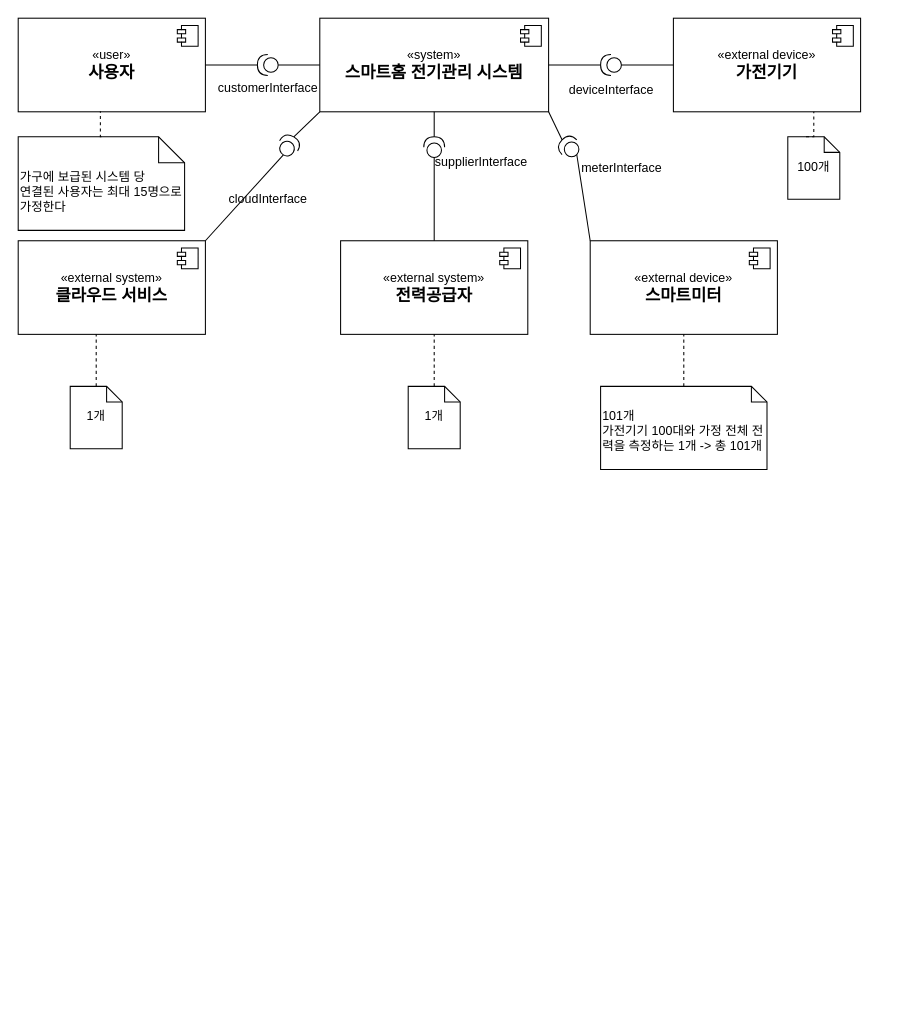
GeniusHoon/AssociateArchitect keeps this draw.io diagram as systemContext_interim.drawio. Above is the earlier version. Source tidied: cells renumbered, new cells numbered last; positions are measured from the earlier drawing's top-left corner, leaving out a move shared by most shapes. Both pictures are drawn from the tidied source at 104%, with x=0, y=0 at pixel (18, 18).
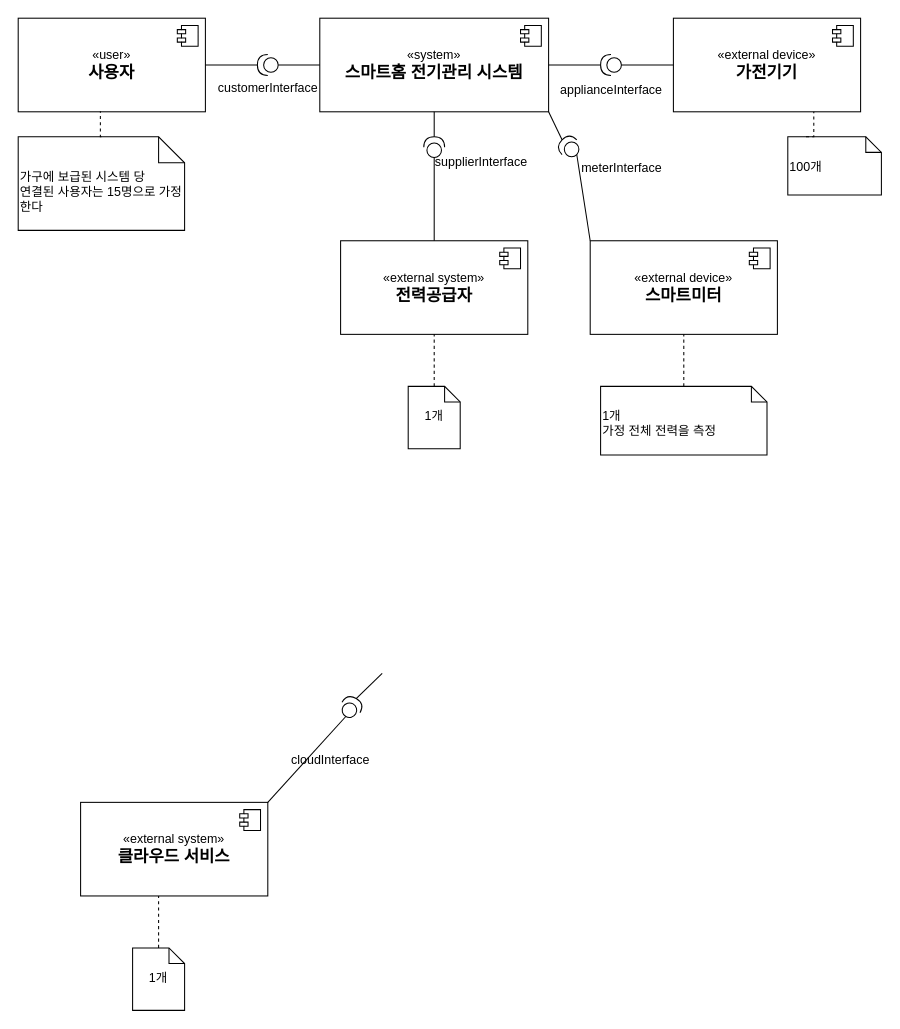
After the change.

The change refers to these unchanged cells:
```xml
<mxCell id="6" value="«system»&lt;br&gt;&lt;span style=&quot;font-size: 16px;&quot;&gt;&lt;b&gt;스마트홈 전기관리 시스템&lt;/b&gt;&lt;/span&gt;" style="html=1;whiteSpace=wrap;" parent="1" vertex="1">
  <mxGeometry x="290" width="220" height="90" as="geometry" />
</mxCell>
```

The edit, as a diff of the source:
```diff
@@
-    <mxCell id="26" value="deviceInterface" style="text;html=1;align=center;verticalAlign=middle;strokeColor=none;fillColor=none;" parent="1" vertex="1">
-      <mxGeometry x="520" y="54" width="100" height="30" as="geometry" />
+    <mxCell id="26" value="applianceInterface" style="text;html=1;align=center;verticalAlign=middle;strokeColor=none;fillColor=none;" parent="1" vertex="1">
+      <mxGeometry x="510" y="54" width="120" height="30" as="geometry" />
     </mxCell>
@@
-    <mxCell id="29" value="가구에 보급된 시스템 당&lt;div&gt;연결된 사용자는 최대 15명으로 가정한다&lt;/div&gt;" style="shape=note2;boundedLbl=1;whiteSpace=wrap;html=1;size=25;verticalAlign=top;align=left;" parent="1" vertex="1">
+    <mxCell id="29" value="가구에 보급된 시스템 당&lt;div&gt;연결된 사용자는 15명으로 가정한다&lt;/div&gt;" style="shape=note2;boundedLbl=1;whiteSpace=wrap;html=1;size=25;verticalAlign=top;align=left;" parent="1" vertex="1">
       <mxGeometry y="114" width="160" height="90" as="geometry" />
     </mxCell>
@@
-    <mxCell id="33" value="101개&lt;div&gt;가전기기 100대와 가정 전체 전력을 측정하는 1개 -&amp;gt; 총 101개&lt;/div&gt;" style="shape=note2;boundedLbl=1;whiteSpace=wrap;html=1;size=15;verticalAlign=top;align=left;" parent="1" vertex="1">
-      <mxGeometry x="560" y="354" width="160" height="80" as="geometry" />
+    <mxCell id="33" value="1개&lt;br&gt;&lt;div&gt;가정 전체 전력을 측정&lt;span style=&quot;background-color: transparent; color: light-dark(rgb(0, 0, 0), rgb(255, 255, 255));&quot;&gt;&amp;nbsp;&lt;/span&gt;&lt;/div&gt;" style="shape=note2;boundedLbl=1;whiteSpace=wrap;html=1;size=15;verticalAlign=top;align=left;" parent="1" vertex="1">
+      <mxGeometry x="560" y="354" width="160" height="66" as="geometry" />
     </mxCell>
@@
-    <mxCell id="35" value="100개" style="shape=note2;boundedLbl=1;whiteSpace=wrap;html=1;size=15;verticalAlign=top;align=center;" parent="1" vertex="1">
-      <mxGeometry x="740" y="114" width="50" height="60" as="geometry" />
+    <mxCell id="35" value="100개" style="shape=note2;boundedLbl=1;whiteSpace=wrap;html=1;size=15;verticalAlign=top;align=left;" parent="1" vertex="1">
+      <mxGeometry x="740" y="114" width="90" height="56" as="geometry" />
     </mxCell>
@@
     <mxCell id="37" value="«external system»&lt;br&gt;&lt;b&gt;&lt;font style=&quot;font-size: 16px;&quot;&gt;클라우드 서비스&lt;/font&gt;&lt;/b&gt;" style="html=1;whiteSpace=wrap;" parent="1" vertex="1">
-      <mxGeometry y="214" width="180" height="90" as="geometry" />
+      <mxGeometry x="60" y="754" width="180" height="90" as="geometry" />
     </mxCell>
-    <mxCell id="38" style="shape=module;jettyWidth=8;jettyHeight=4;" parent="37" vertex="1">
-      <mxGeometry x="1" width="20" height="20" relative="1" as="geometry">
-        <mxPoint x="-27" y="7" as="offset" />
-      </mxGeometry>
-    </mxCell>
-    <mxCell id="39" style="rounded=0;jettySize=auto;html=1;exitX=1;exitY=0.5;exitDx=0;exitDy=0;exitPerimeter=0;entryX=0;entryY=1;entryDx=0;entryDy=0;endArrow=none;endFill=0;" parent="1" edge="1" source="41" target="6">
-      <mxGeometry relative="1" as="geometry" />
-    </mxCell>
-    <mxCell id="40" style="rounded=0;jettySize=auto;html=1;exitX=0;exitY=0.5;exitDx=0;exitDy=0;exitPerimeter=0;entryX=1;entryY=0;entryDx=0;entryDy=0;endArrow=none;endFill=0;" parent="1" edge="1" source="41" target="37">
-      <mxGeometry relative="1" as="geometry" />
-    </mxCell>
-    <mxCell id="41" style="shape=providedRequiredInterface;html=1;verticalLabelPosition=bottom;sketch=0;rotation=-150;direction=south;" parent="1" vertex="1">
-      <mxGeometry x="250" y="112.8" width="20" height="20" as="geometry" />
-    </mxCell>
+    <mxCell id="45" style="shape=module;jettyWidth=8;jettyHeight=4;" parent="37" vertex="1">
+      <mxGeometry x="1" width="20" height="20" relative="1" as="geometry">
+        <mxPoint x="-27" y="7" as="offset" />
+      </mxGeometry>
+    </mxCell>
+    <mxCell id="46" style="rounded=0;jettySize=auto;html=1;exitX=1;exitY=0.5;exitDx=0;exitDy=0;exitPerimeter=0;entryX=0;entryY=1;entryDx=0;entryDy=0;endArrow=none;endFill=0;" parent="1" edge="1" source="48">
+      <mxGeometry relative="1" as="geometry">
+        <mxPoint x="350" y="630" as="targetPoint" />
+      </mxGeometry>
+    </mxCell>
+    <mxCell id="47" style="rounded=0;jettySize=auto;html=1;exitX=0;exitY=0.5;exitDx=0;exitDy=0;exitPerimeter=0;entryX=1;entryY=0;entryDx=0;entryDy=0;endArrow=none;endFill=0;" parent="1" edge="1" source="48" target="37">
+      <mxGeometry relative="1" as="geometry" />
+    </mxCell>
+    <mxCell id="48" style="shape=providedRequiredInterface;html=1;verticalLabelPosition=bottom;sketch=0;rotation=-150;direction=south;" parent="1" vertex="1">
+      <mxGeometry x="310" y="652.8" width="20" height="20" as="geometry" />
+    </mxCell>
     <mxCell id="42" value="cloudInterface" style="text;html=1;align=center;verticalAlign=middle;strokeColor=none;fillColor=none;" parent="1" vertex="1">
-      <mxGeometry x="190" y="159" width="100" height="30" as="geometry" />
+      <mxGeometry x="250" y="699" width="100" height="30" as="geometry" />
     </mxCell>
     <mxCell id="43" value="1개" style="shape=note2;boundedLbl=1;whiteSpace=wrap;html=1;size=15;verticalAlign=top;align=center;" parent="1" vertex="1">
-      <mxGeometry x="50" y="354" width="50" height="60" as="geometry" />
+      <mxGeometry x="110" y="894" width="50" height="60" as="geometry" />
     </mxCell>
-    <mxCell id="44" style="edgeStyle=orthogonalEdgeStyle;rounded=0;jettySize=auto;html=1;exitX=0.5;exitY=0;exitDx=0;exitDy=0;exitPerimeter=0;endArrow=none;endFill=0;dashed=1;entryX=0.5;entryY=1;entryDx=0;entryDy=0;" parent="1" edge="1" source="43">
-      <mxGeometry relative="1" as="geometry">
-        <mxPoint x="75" y="304" as="targetPoint" />
-      </mxGeometry>
-    </mxCell>
+    <mxCell id="49" style="edgeStyle=orthogonalEdgeStyle;rounded=0;jettySize=auto;html=1;exitX=0.5;exitY=0;exitDx=0;exitDy=0;exitPerimeter=0;endArrow=none;endFill=0;dashed=1;entryX=0.5;entryY=1;entryDx=0;entryDy=0;" parent="1" edge="1" source="43">
+      <mxGeometry relative="1" as="geometry">
+        <mxPoint x="135" y="844" as="targetPoint" />
+      </mxGeometry>
+    </mxCell>
```
